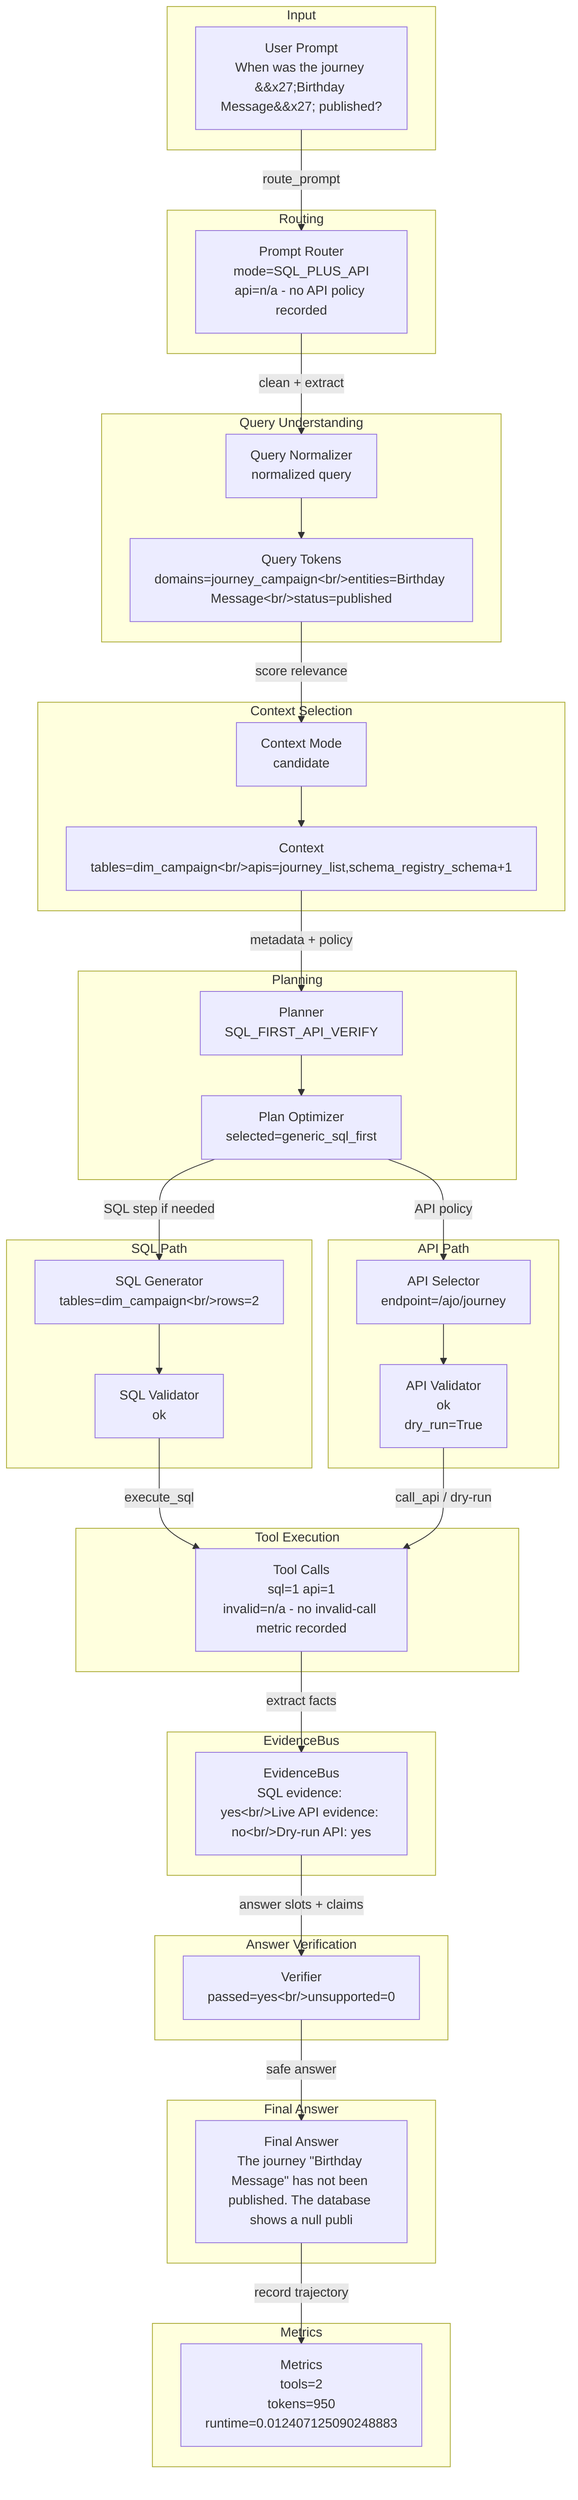
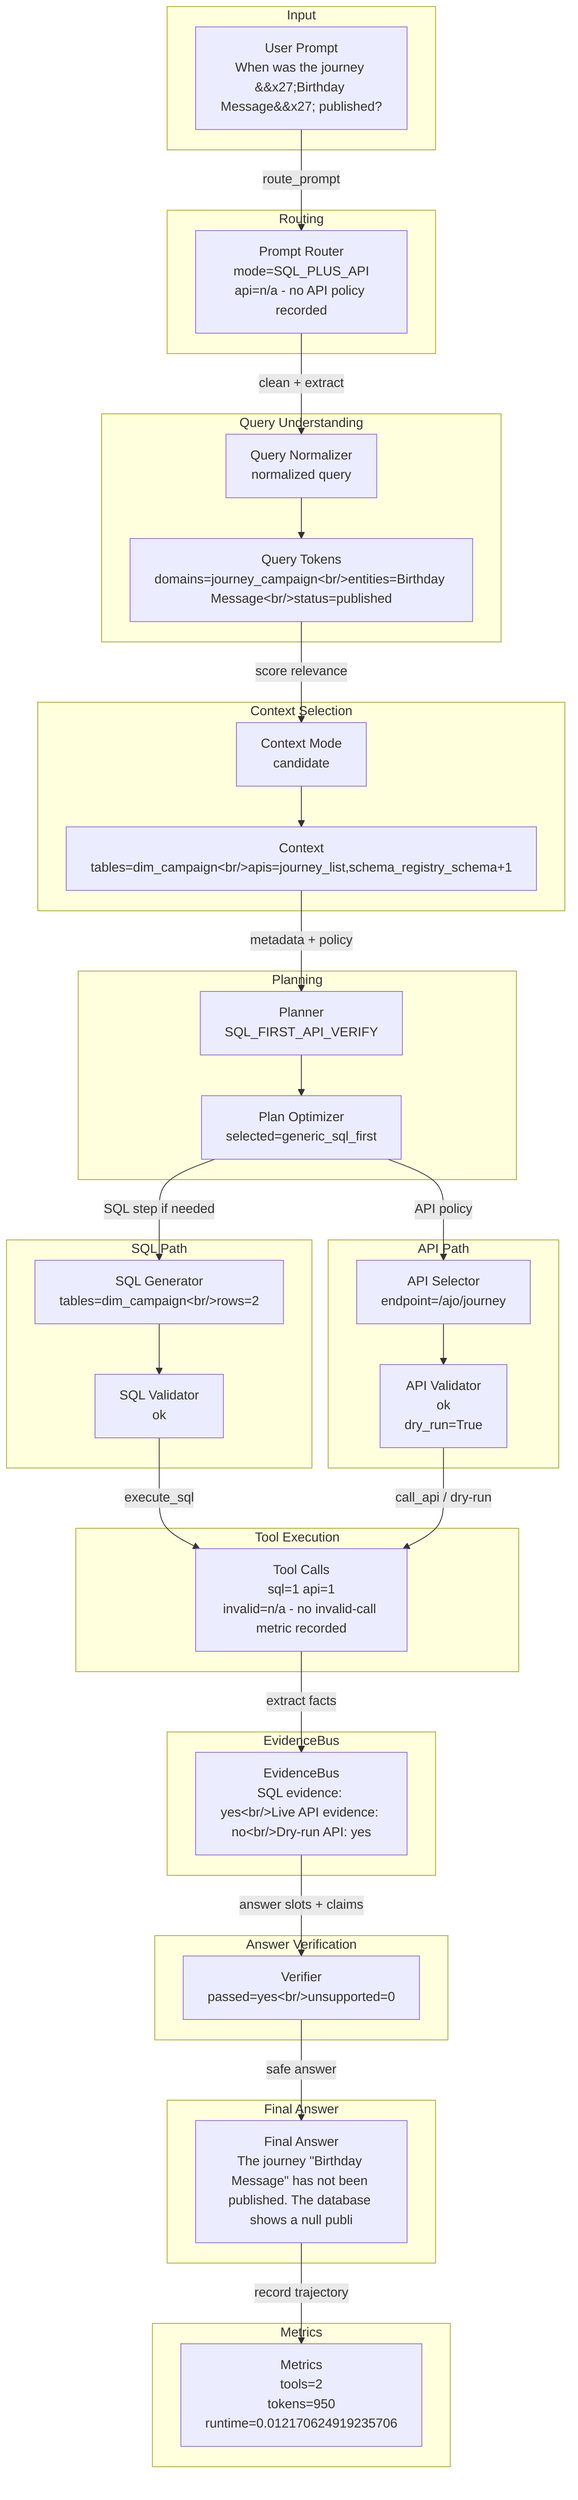
flowchart TD
  subgraph Input
    input_prompt["User Prompt<br/>When was the journey &#x27;Birthday Message&#x27; published?"]
  end
  subgraph Routing
    router["Prompt Router<br/>mode=SQL_PLUS_API<br/>api=n/a - no API policy recorded"]
    input_prompt -->|route_prompt| router
  end
  subgraph QueryUnderstanding["Query Understanding"]
    normalizer["Query Normalizer<br/>normalized query"]
    tokens["Query Tokens<br/>domains=journey_campaign&lt;br/&gt;entities=Birthday Message&lt;br/&gt;status=published"]
    router -->|clean + extract| normalizer --> tokens
  end
  subgraph ContextSelection["Context Selection"]
    context["Context Mode<br/>candidate"]
    candidates["Context<br/>tables=dim_campaign&lt;br/&gt;apis=journey_list,schema_registry_schema+1"]
    tokens -->|score relevance| context --> candidates
  end
  subgraph Planning
    planner["Planner<br/>SQL_FIRST_API_VERIFY"]
    optimizer["Plan Optimizer<br/>selected=generic_sql_first"]
    candidates -->|metadata + policy| planner --> optimizer
  end
  subgraph SQLPath["SQL Path"]
    sqlgen["SQL Generator<br/>tables=dim_campaign&lt;br/&gt;rows=2"]
    sqlval["SQL Validator<br/>ok"]
    optimizer -->|SQL step if needed| sqlgen --> sqlval
  end
  subgraph APIPath["API Path"]
    apisel["API Selector<br/>endpoint=/ajo/journey"]
    apival["API Validator<br/>ok<br/>dry_run=True"]
    optimizer -->|API policy| apisel --> apival
  end
  subgraph ToolExecution["Tool Execution"]
    tools["Tool Calls<br/>sql=1 api=1<br/>invalid=n/a - no invalid-call metric recorded"]
    sqlval -->|execute_sql| tools
    apival -->|call_api / dry-run| tools
  end
  subgraph EvidenceBus
    evidence["EvidenceBus<br/>SQL evidence: yes&lt;br/&gt;Live API evidence: no&lt;br/&gt;Dry-run API: yes"]
    tools -->|extract facts| evidence
  end
  subgraph AnswerVerification["Answer Verification"]
    verifier["Verifier<br/>passed=yes&lt;br/&gt;unsupported=0"]
    evidence -->|answer slots + claims| verifier
  end
  subgraph FinalAnswer["Final Answer"]
    answer["Final Answer<br/>The journey &quot;Birthday Message&quot; has not been published. The database shows a null publi"]
    verifier -->|safe answer| answer
  end
  subgraph Metrics
-     metrics["Metrics<br/>tools=2<br/>tokens=950<br/>runtime=0.012407125090248883"]
+     metrics["Metrics<br/>tools=2<br/>tokens=950<br/>runtime=0.012170624919235706"]
    answer -->|record trajectory| metrics
  end
